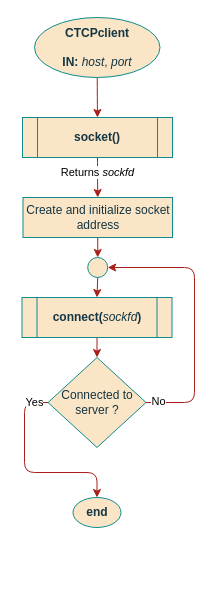
Earlier version of the draw.io diagram page "Constructor" (2 of 4) of documentation/flowcharts/Classes/CTCPclient.drawio (ESRGgroup9/slipad). Source tidied: cells renumbered, new cells numbered last; positions are measured from the earlier drawing's top-left corner, leaving out a move shared by most shapes. Both pictures are drawn from the tidied source at 100%, with x=0, y=0 at pixel (22, 17).
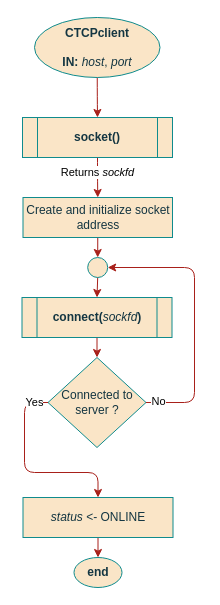
The same page after the edit.

Unchanged cells that the change refers to:
```xml
<mxCell id="14" value="Connected to server ?" style="rhombus;whiteSpace=wrap;html=1;rounded=0;sketch=0;fontColor=#143642;strokeColor=#0F8B8D;fillColor=#FAE5C7;" parent="1" vertex="1">
  <mxGeometry x="25.5" y="340" width="98" height="90" as="geometry" />
</mxCell>
```

Change to the diagram source:
```diff
@@
     <mxCell id="5" value="end" style="ellipse;whiteSpace=wrap;html=1;fillColor=#FAE5C7;strokeColor=#0F8B8D;fontColor=#143642;fontStyle=1;" parent="1" vertex="1">
-      <mxGeometry x="50.5" y="480" width="48" height="30" as="geometry" />
+      <mxGeometry x="51.5" y="540" width="48" height="30" as="geometry" />
     </mxCell>
@@
-    <mxCell id="13" value="Yes" style="edgeStyle=orthogonalEdgeStyle;rounded=1;jettySize=auto;html=1;exitX=0;exitY=0.5;exitDx=0;exitDy=0;entryX=0.5;entryY=0;entryDx=0;entryDy=0;fontSize=11;strokeColor=#A8201A;" parent="1" edge="1" source="14" target="5">
+    <mxCell id="13" value="Yes" style="edgeStyle=orthogonalEdgeStyle;rounded=1;jettySize=auto;html=1;exitX=0;exitY=0.5;exitDx=0;exitDy=0;entryX=0.5;entryY=0;entryDx=0;entryDy=0;fontSize=11;strokeColor=#A8201A;" parent="1" edge="1" source="14" target="18">
       <mxGeometry x="-0.85" relative="1" as="geometry">
         <Array as="points">
           <mxPoint x="2" y="385" />
           <mxPoint x="2" y="455" />
-          <mxPoint x="74" y="455" />
+          <mxPoint x="76" y="455" />
+          <mxPoint x="76" y="480" />
         </Array>
       </mxGeometry>
     </mxCell>
@@
+    <mxCell id="17" style="edgeStyle=orthogonalEdgeStyle;rounded=0;jettySize=auto;html=1;exitX=0.5;exitY=1;exitDx=0;exitDy=0;entryX=0.5;entryY=0;entryDx=0;entryDy=0;strokeColor=#A8201A;" parent="1" edge="1" source="18" target="5">
+      <mxGeometry relative="1" as="geometry" />
+    </mxCell>
+    <mxCell id="18" value="&lt;i&gt;status&lt;/i&gt; &amp;lt;- ONLINE" style="rounded=0;whiteSpace=wrap;html=1;sketch=0;fontColor=#143642;strokeColor=#0F8B8D;fillColor=#FAE5C7;" parent="1" vertex="1">
+      <mxGeometry x="0.5" y="480" width="150" height="40" as="geometry" />
+    </mxCell>
```
